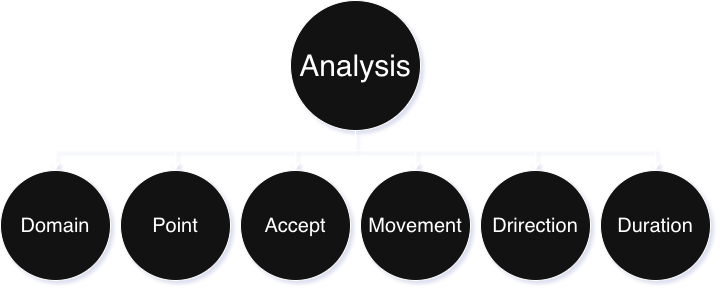
The draw.io diagram design/analysis.png in kashanimorteza/economy_document, before a commit. Source tidied: cells renumbered, new cells last; positions are measured from the earlier drawing's top-left corner, leaving out a move shared by most shapes.
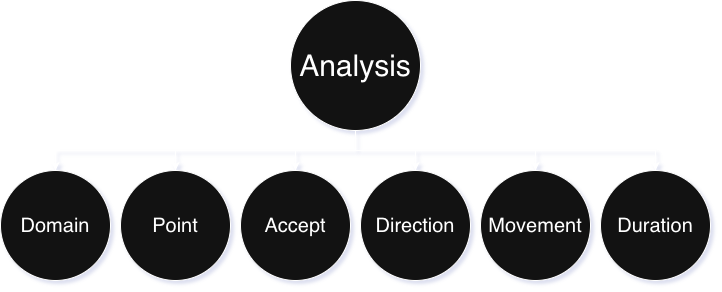
After the commit.

Diff of the diagram source:
```diff
@@ -14,10 +14,10 @@
     <mxCell id="5" value="Accept" style="ellipse;whiteSpace=wrap;html=1;fontSize=20;" parent="1" vertex="1">
       <mxGeometry x="240" y="170" width="110" height="110" as="geometry" />
     </mxCell>
-    <mxCell id="6" value="Movement" style="ellipse;whiteSpace=wrap;html=1;strokeColor=default;align=center;verticalAlign=middle;fontFamily=Helvetica;fontSize=20;fontColor=default;fillColor=default;" parent="1" vertex="1">
+    <mxCell id="6" value="Direction" style="ellipse;whiteSpace=wrap;html=1;strokeColor=default;align=center;verticalAlign=middle;fontFamily=Helvetica;fontSize=20;fontColor=default;fillColor=default;" parent="1" vertex="1">
       <mxGeometry x="360" y="170" width="110" height="110" as="geometry" />
     </mxCell>
-    <mxCell id="7" value="Drirection" style="ellipse;whiteSpace=wrap;html=1;strokeColor=default;align=center;verticalAlign=middle;fontFamily=Helvetica;fontSize=20;fontColor=default;fillColor=default;" parent="1" vertex="1">
+    <mxCell id="7" value="Movement" style="ellipse;whiteSpace=wrap;html=1;strokeColor=default;align=center;verticalAlign=middle;fontFamily=Helvetica;fontSize=20;fontColor=default;fillColor=default;" parent="1" vertex="1">
       <mxGeometry x="480" y="170" width="110" height="110" as="geometry" />
     </mxCell>
     <mxCell id="8" style="edgeStyle=orthogonalEdgeStyle;rounded=0;jettySize=auto;html=1;strokeColor=default;align=center;verticalAlign=middle;fontFamily=Helvetica;fontSize=11;fontColor=default;labelBackgroundColor=default;endArrow=classic;exitX=0.5;exitY=1;exitDx=0;exitDy=0;" parent="1" edge="1" source="4" target="7">
```
